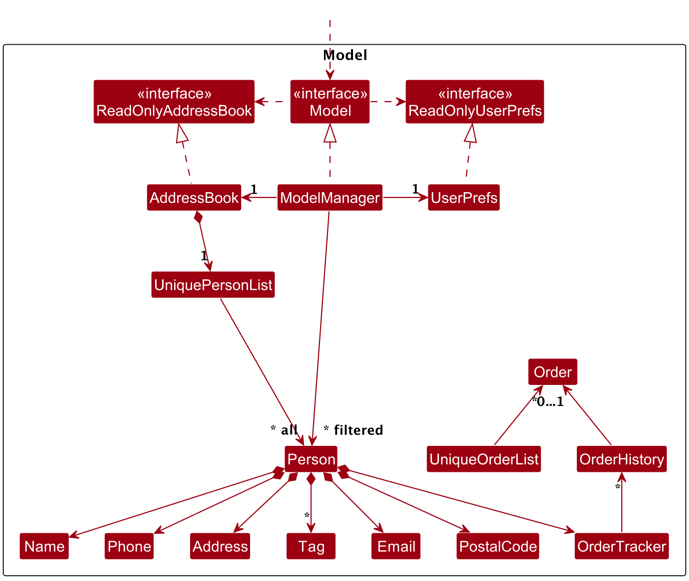
Before: docs/images/ModelClassDiagram.png, a diagram exported from PlantUML (nus-cs2103-AY2425S1/tp). Its source is kept beside it as docs/diagrams/ModelClassDiagram.puml.
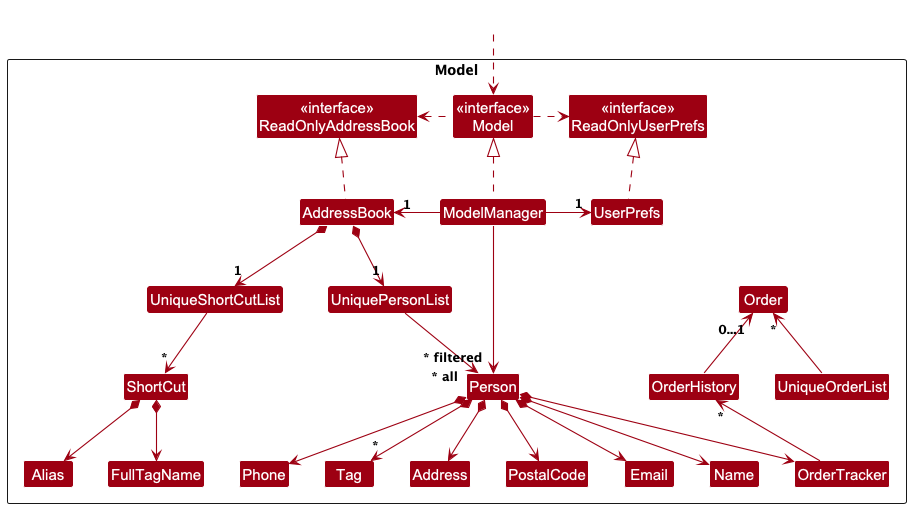
Above is the later version.

Diff of the diagram source:
```diff
@@ -4,38 +4,38 @@
 skinparam arrowColor MODEL_COLOR
 skinparam classBackgroundColor MODEL_COLOR
 
-Package Model as ModelPackage <<Rectangle>>{
-Class "<<interface>>\nReadOnlyAddressBook" as ReadOnlyAddressBook
-Class "<<interface>>\nReadOnlyUserPrefs" as ReadOnlyUserPrefs
-Class "<<interface>>\nModel" as Model
-Class AddressBook
-Class ModelManager
-Class UserPrefs
+package Model as ModelPackage <<Rectangle>> {
+    Class "<<interface>>\nReadOnlyAddressBook" as ReadOnlyAddressBook
+    Class "<<interface>>\nReadOnlyUserPrefs" as ReadOnlyUserPrefs
+    Class "<<interface>>\nModel" as Model
+    Class AddressBook
+    Class ModelManager
+    Class UserPrefs
 
-Class UniquePersonList
-Class Person
-Class Address
-Class Email
-Class Name
-Class Phone
-Class Tag
-Class OrderTracker
-Class PostalCode
+    Class UniquePersonList
+    Class Person
+    Class Address
+    Class Email
+    Class Name
+    Class Phone
+    Class Tag
+    Class OrderTracker
+    Class PostalCode
 
-Class I #FFFFFF
+    Class UniqueOrderList
+    Class Order
+    Class OrderHistory
 
-Class OrderTracker
-Class Order
-Class OrderHistory
-Class UniqueOrderList
-
+    Class UniqueShortCutList
+    Class ShortCut
+    Class Alias
+    Class FullTagName
 }
 
 Class HiddenOutside #FFFFFF
 HiddenOutside ..> Model
 
 AddressBook .up.|> ReadOnlyAddressBook
-
 ModelManager .up.|> Model
 Model .right.> ReadOnlyUserPrefs
 Model .left.> ReadOnlyAddressBook
@@ -53,15 +53,13 @@
 Person *--> "*" Tag
 Person *--> OrderTracker
 
-Person -[hidden]up--> I
-UniquePersonList -[hidden]right-> I
-
-Name -[hidden]right-> Phone
-Phone -[hidden]right-> Address
-Address -[hidden]right-> Email
 OrderHistory -up-> "0...1" Order
 OrderTracker -up-> "*" OrderHistory
 UniqueOrderList -up-> "*" Order
+ModelManager --> "~* filtered" Person
 
-ModelManager --> "~* filtered" Person
+AddressBook *--> "1" UniqueShortCutList
+UniqueShortCutList --> "*" ShortCut
+ShortCut *--> Alias
+ShortCut *--> FullTagName
 @enduml
```
